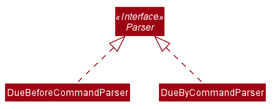
Above: docs/images/filterFunction/ParserClassDiagram.png in urieltan/tp (PlantUML), before the change.
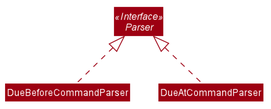
Later version of the same file.

The edit, as a diff of the source:
```diff
@@ -53,9 +53,9 @@
 
 interface Parser <<Interface>>
 class DueBeforeCommandParser
-class DueByCommandParser
+class DueAtCommandParser
 
 Parser <|.. DueBeforeCommandParser
-Parser <|.. DueByCommandParser
+Parser <|.. DueAtCommandParser
 
 @enduml
```
